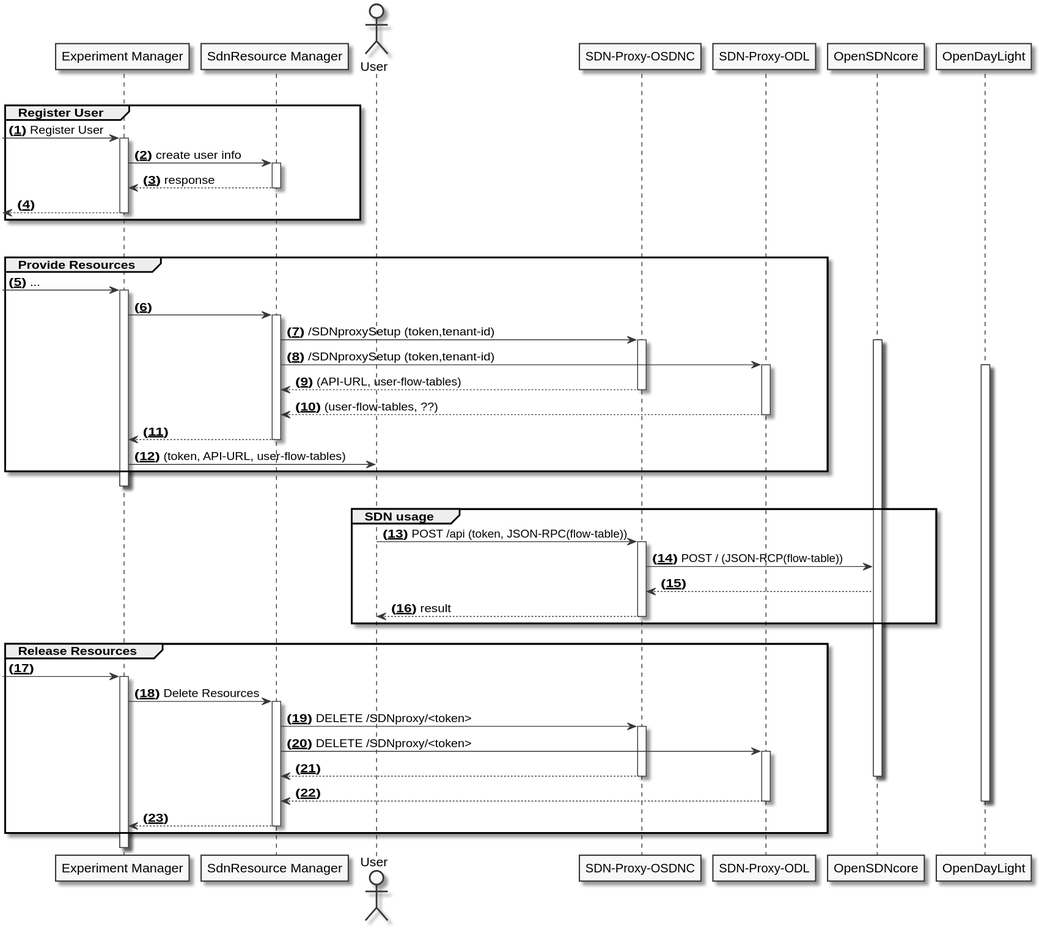
Before: docs/img/sdn-man-seq-dia.svg, a diagram exported from PlantUML (softfire-eu/softfire-eu.github.io). Source of this version:
```plantuml
@startuml
skinparam monochrome true
autonumber "<b>(<u>##</u>)"

participant "Experiment Manager" as EM
participant "SdnResource Manager" as SM

actor User as U

participant "SDN-Proxy-OSDNC" as p1
participant "SDN-Proxy-ODL" as p2

participant "OpenSDNcore" as OSDNC
participant "OpenDayLight" as ODL


||20||

group Register User

EM <-[ : Register User
activate EM
EM -> SM : create user info
activate SM
SM --> EM : response
deactivate SM
EM -->[
deactivate EM

end

||30||

group Provide Resources

EM <-[ : ...
activate EM
EM -> SM
activate SM
SM -> p1 : /SDNproxySetup (token,tenant-id)
activate p1
activate OSDNC

SM -> p2 : /SDNproxySetup (token,tenant-id)
activate ODL
activate p2

p1 --> SM : (API-URL, user-flow-tables)
deactivate p1
p2 --> SM : (user-flow-tables, ??)
deactivate p2
SM --> EM
deactivate SM

EM -> U : (token, API-URL, user-flow-tables)
end
||10||
deactivate EM

||20||

group SDN usage
U -> p1 : POST /api (token, JSON-RPC(flow-table))
activate p1
p1 -> OSDNC: POST / (JSON-RCP(flow-table))

OSDNC --> p1
p1 --> U : result
deactivate p1
end
||10||

group Release Resources

EM <-[
activate EM
EM -> SM : Delete Resources
activate SM

SM -> p1 : DELETE /SDNproxy/<token>
activate p1

SM -> p2 : DELETE /SDNproxy/<token>
activate p2

p1 --> SM
deactivate p1
deactivate OSDNC

p2 --> SM
deactivate p2
deactivate ODL

SM --> EM
deactivate SM
end
||10||
deactivate EM
@enduml
```
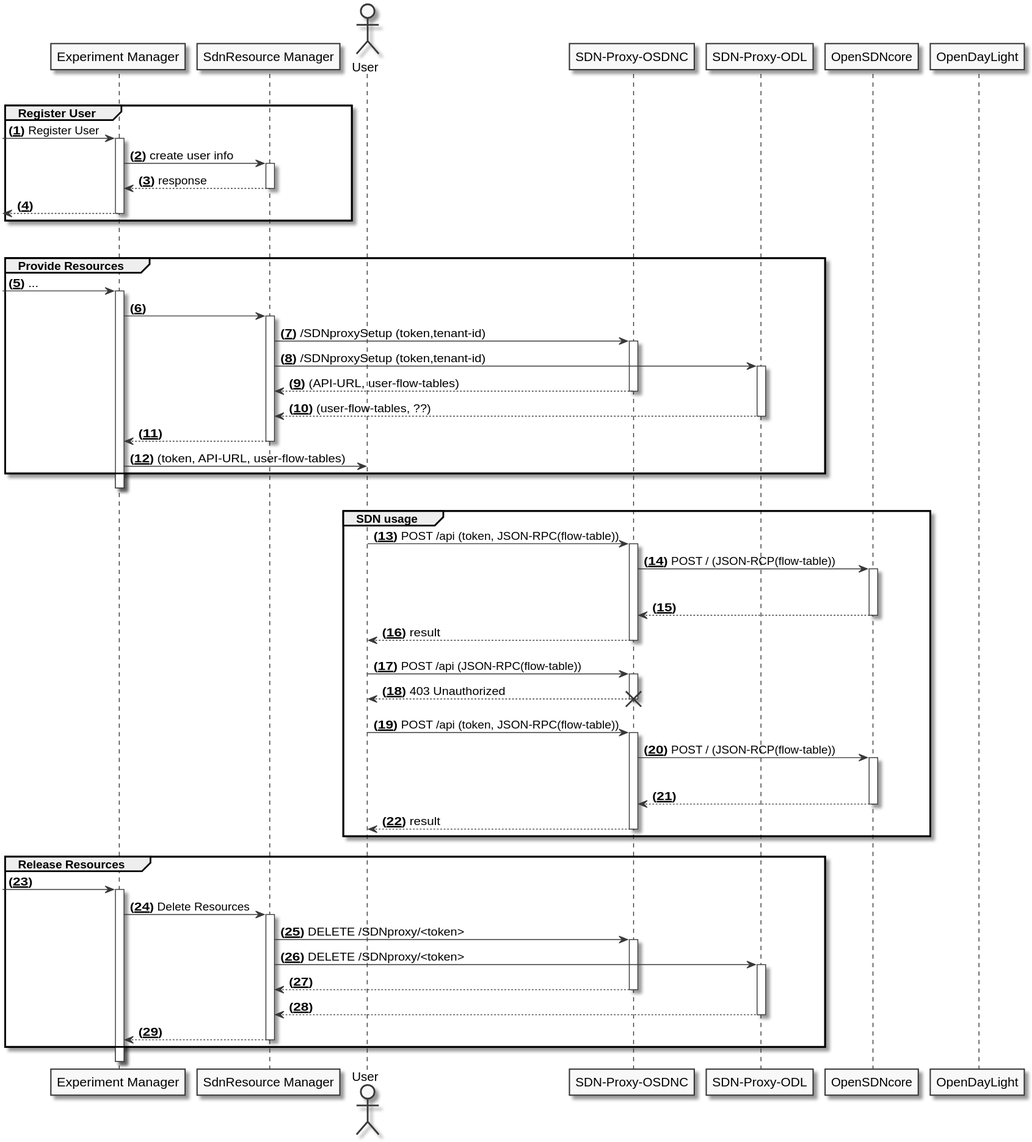
The same file after the commit.

What changed in the source:
```diff
@@ -39,10 +39,9 @@
 activate SM
 SM -> p1 : /SDNproxySetup (token,tenant-id)
 activate p1
-activate OSDNC
+
 
 SM -> p2 : /SDNproxySetup (token,tenant-id)
-activate ODL
 activate p2
 
 p1 --> SM : (API-URL, user-flow-tables)
@@ -63,8 +62,29 @@
 U -> p1 : POST /api (token, JSON-RPC(flow-table))
 activate p1
 p1 -> OSDNC: POST / (JSON-RCP(flow-table))
+activate OSDNC
+||25||
+OSDNC --> p1
+deactivate OSDNC
+p1 --> U : result
+deactivate p1
 
+||10||
+U -> p1 : POST /api (JSON-RPC(flow-table))
+activate p1
+
+p1 --> U : 403 Unauthorized
+destroy p1
+
+||10||
+
+U -> p1 : POST /api (token, JSON-RPC(flow-table))
+activate p1
+p1 -> OSDNC: POST / (JSON-RCP(flow-table))
+activate OSDNC
+||25||
 OSDNC --> p1
+deactivate OSDNC
 p1 --> U : result
 deactivate p1
 end
@@ -85,7 +105,7 @@
 
 p1 --> SM
 deactivate p1
-deactivate OSDNC
+
 
 p2 --> SM
 deactivate p2
```
